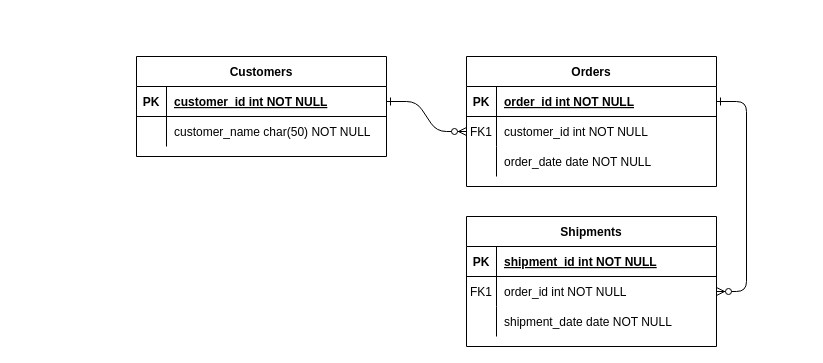
This is src/Untitled Diagram.drawio from Trsif/ims-project, a draw.io file, before an edit. Source tidied: cells renumbered, new cells numbered last; positions are measured from the earlier drawing's top-left corner, leaving out a move shared by most shapes. Both pictures are drawn from the tidied source at 100%, with x=0, y=0 at pixel (136, 56).
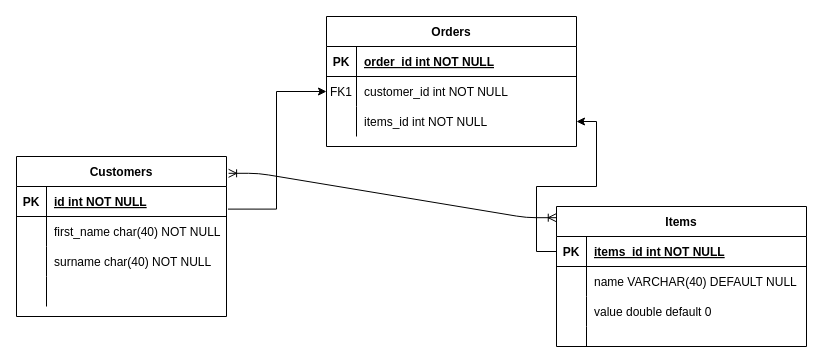
The same diagram, later.

Commit message:
Update SQL Diagram.

Unchanged cells that the change refers to:
```xml
<mxCell id="5" style="shape=partialRectangle;fillColor=none;points=[[0,0.5],[1,0.5]];portConstraint=eastwest;top=0;left=0;right=0;bottom=1;" parent="4" vertex="1">
  <mxGeometry y="30" width="250" height="30" as="geometry" />
</mxCell>
<mxCell id="8" style="shape=partialRectangle;fillColor=none;points=[[0,0.5],[1,0.5]];portConstraint=eastwest;top=0;left=0;right=0;bottom=0;" parent="4" vertex="1">
  <mxGeometry y="60" width="250" height="30" as="geometry" />
</mxCell>
<mxCell id="11" style="shape=partialRectangle;fillColor=none;points=[[0,0.5],[1,0.5]];portConstraint=eastwest;top=0;left=0;right=0;bottom=0;" parent="4" vertex="1">
  <mxGeometry y="90" width="250" height="30" as="geometry" />
</mxCell>
```

Change to the diagram source:
```diff
@@
-    <mxCell id="2" style="edgeStyle=entityRelationEdgeStyle;endArrow=ERzeroToMany;startArrow=ERone;endFill=1;startFill=0;" parent="1" edge="1" source="25" target="8">
-      <mxGeometry relative="1" as="geometry" />
-    </mxCell>
-    <mxCell id="3" style="edgeStyle=entityRelationEdgeStyle;endArrow=ERzeroToMany;startArrow=ERone;endFill=1;startFill=0;" parent="1" edge="1" source="5" target="18">
-      <mxGeometry relative="1" as="geometry" />
-    </mxCell>
     <mxCell id="4" value="Orders" style="shape=table;startSize=30;childLayout=tableLayout;rowLines=0;fontStyle=1;align=center;" parent="1" vertex="1">
-      <mxGeometry x="330" width="250" height="130" as="geometry" />
+      <mxGeometry x="190" y="-40" width="250" height="130" as="geometry" />
     </mxCell>
@@
-    <mxCell id="13" value="order_date date NOT NULL" style="shape=partialRectangle;overflow=hidden;fillColor=none;top=0;left=0;bottom=0;right=0;align=left;spacingLeft=6;" parent="11" vertex="1">
+    <mxCell id="13" value="items_id int NOT NULL" style="shape=partialRectangle;overflow=hidden;fillColor=none;top=0;left=0;bottom=0;right=0;align=left;spacingLeft=6;" parent="11" vertex="1">
       <mxGeometry x="30" width="220" height="30" as="geometry" />
     </mxCell>
-    <mxCell id="14" value="Shipments" style="shape=table;startSize=30;childLayout=tableLayout;rowLines=0;fontStyle=1;align=center;" parent="1" vertex="1">
-      <mxGeometry x="330" y="160" width="250" height="130" as="geometry" />
-    </mxCell>
-    <mxCell id="15" style="shape=partialRectangle;fillColor=none;top=0;left=0;right=0;bottom=1;" parent="14" vertex="1">
-      <mxGeometry y="30" width="250" height="30" as="geometry" />
-    </mxCell>
-    <mxCell id="16" value="PK" style="shape=partialRectangle;overflow=hidden;fillColor=none;top=0;left=0;bottom=0;right=0;fontStyle=1;" parent="15" vertex="1">
-      <mxGeometry width="30" height="30" as="geometry" />
-    </mxCell>
-    <mxCell id="17" value="shipment_id int NOT NULL " style="shape=partialRectangle;overflow=hidden;fillColor=none;top=0;left=0;bottom=0;right=0;align=left;spacingLeft=6;fontStyle=5;" parent="15" vertex="1">
-      <mxGeometry x="30" width="220" height="30" as="geometry" />
-    </mxCell>
-    <mxCell id="18" style="shape=partialRectangle;fillColor=none;points=[[0,0.5],[1,0.5]];portConstraint=eastwest;top=0;left=0;right=0;bottom=0;" parent="14" vertex="1">
-      <mxGeometry y="60" width="250" height="30" as="geometry" />
-    </mxCell>
-    <mxCell id="19" value="FK1" style="shape=partialRectangle;overflow=hidden;fillColor=none;top=0;left=0;bottom=0;right=0;" parent="18" vertex="1">
-      <mxGeometry width="30" height="30" as="geometry" />
-    </mxCell>
-    <mxCell id="20" value="order_id int NOT NULL" style="shape=partialRectangle;overflow=hidden;fillColor=none;top=0;left=0;bottom=0;right=0;align=left;spacingLeft=6;" parent="18" vertex="1">
-      <mxGeometry x="30" width="220" height="30" as="geometry" />
-    </mxCell>
-    <mxCell id="21" style="shape=partialRectangle;fillColor=none;top=0;left=0;right=0;bottom=0;" parent="14" vertex="1">
-      <mxGeometry y="90" width="250" height="30" as="geometry" />
-    </mxCell>
-    <mxCell id="22" style="shape=partialRectangle;overflow=hidden;fillColor=none;top=0;left=0;bottom=0;right=0;" parent="21" vertex="1">
-      <mxGeometry width="30" height="30" as="geometry" />
-    </mxCell>
-    <mxCell id="23" value="shipment_date date NOT NULL" style="shape=partialRectangle;overflow=hidden;fillColor=none;top=0;left=0;bottom=0;right=0;align=left;spacingLeft=6;" parent="21" vertex="1">
-      <mxGeometry x="30" width="220" height="30" as="geometry" />
-    </mxCell>
     <mxCell id="24" value="Customers" style="shape=table;startSize=30;childLayout=tableLayout;rowLines=0;fontStyle=1;align=center;" parent="1" vertex="1">
-      <mxGeometry width="250" height="100" as="geometry" />
+      <mxGeometry x="-120" y="100" width="210" height="160" as="geometry" />
     </mxCell>
-    <mxCell id="25" style="shape=partialRectangle;fillColor=none;points=[[0,0.5],[1,0.5]];portConstraint=eastwest;top=0;left=0;right=0;bottom=1;" parent="24" vertex="1">
-      <mxGeometry y="30" width="250" height="30" as="geometry" />
-    </mxCell>
-    <mxCell id="26" value="PK" style="shape=partialRectangle;overflow=hidden;fillColor=none;top=0;left=0;bottom=0;right=0;fontStyle=1;" parent="25" vertex="1">
-      <mxGeometry width="30" height="30" as="geometry" />
-    </mxCell>
-    <mxCell id="27" value="customer_id int NOT NULL " style="shape=partialRectangle;overflow=hidden;fillColor=none;top=0;left=0;bottom=0;right=0;align=left;spacingLeft=6;fontStyle=5;" parent="25" vertex="1">
-      <mxGeometry x="30" width="220" height="30" as="geometry" />
-    </mxCell>
-    <mxCell id="28" style="shape=partialRectangle;fillColor=none;top=0;left=0;right=0;bottom=0;" parent="24" vertex="1">
-      <mxGeometry y="60" width="250" height="30" as="geometry" />
-    </mxCell>
-    <mxCell id="29" style="shape=partialRectangle;overflow=hidden;fillColor=none;top=0;left=0;bottom=0;right=0;" parent="28" vertex="1">
-      <mxGeometry width="30" height="30" as="geometry" />
-    </mxCell>
-    <mxCell id="30" value="customer_name char(50) NOT NULL" style="shape=partialRectangle;overflow=hidden;fillColor=none;top=0;left=0;bottom=0;right=0;align=left;spacingLeft=6;" parent="28" vertex="1">
-      <mxGeometry x="30" width="220" height="30" as="geometry" />
-    </mxCell>
+    <mxCell id="31" style="shape=partialRectangle;fillColor=none;top=0;left=0;bottom=1;right=0;points=[[0,0.5],[1,0.5]];portConstraint=eastwest;" parent="24" vertex="1">
+      <mxGeometry y="30" width="210" height="30" as="geometry" />
+    </mxCell>
+    <mxCell id="32" value="PK" style="shape=partialRectangle;fillColor=none;top=0;left=0;bottom=0;right=0;fontStyle=1;overflow=hidden;" parent="31" vertex="1">
+      <mxGeometry width="30" height="30" as="geometry" />
+    </mxCell>
+    <mxCell id="33" value="id int NOT NULL" style="shape=partialRectangle;fillColor=none;top=0;left=0;bottom=0;right=0;align=left;spacingLeft=6;fontStyle=5;overflow=hidden;" parent="31" vertex="1">
+      <mxGeometry x="30" width="180" height="30" as="geometry" />
+    </mxCell>
+    <mxCell id="34" style="shape=partialRectangle;fillColor=none;top=0;left=0;bottom=0;right=0;" parent="24" vertex="1">
+      <mxGeometry y="60" width="210" height="30" as="geometry" />
+    </mxCell>
+    <mxCell id="35" style="shape=partialRectangle;fillColor=none;top=0;left=0;bottom=0;right=0;overflow=hidden;" parent="34" vertex="1">
+      <mxGeometry width="30" height="30" as="geometry" />
+    </mxCell>
+    <mxCell id="36" value="first_name char(40) NOT NULL" style="shape=partialRectangle;fillColor=none;top=0;left=0;bottom=0;right=0;align=left;spacingLeft=6;overflow=hidden;" parent="34" vertex="1">
+      <mxGeometry x="30" width="180" height="30" as="geometry" />
+    </mxCell>
+    <mxCell id="37" style="shape=partialRectangle;fillColor=none;top=0;left=0;bottom=0;right=0;" parent="24" vertex="1">
+      <mxGeometry y="90" width="210" height="30" as="geometry" />
+    </mxCell>
+    <mxCell id="38" style="shape=partialRectangle;fillColor=none;top=0;left=0;bottom=0;right=0;overflow=hidden;" parent="37" vertex="1">
+      <mxGeometry width="30" height="30" as="geometry" />
+    </mxCell>
+    <mxCell id="39" value="surname char(40) NOT NULL" style="shape=partialRectangle;fillColor=none;top=0;left=0;bottom=0;right=0;align=left;spacingLeft=6;overflow=hidden;" parent="37" vertex="1">
+      <mxGeometry x="30" width="180" height="30" as="geometry" />
+    </mxCell>
+    <mxCell id="40" style="shape=partialRectangle;fillColor=none;top=0;left=0;bottom=0;right=0;" parent="24" vertex="1">
+      <mxGeometry y="120" width="210" height="30" as="geometry" />
+    </mxCell>
+    <mxCell id="41" style="shape=partialRectangle;fillColor=none;top=0;left=0;bottom=0;right=0;overflow=hidden;" parent="40" vertex="1">
+      <mxGeometry width="30" height="30" as="geometry" />
+    </mxCell>
+    <mxCell id="42" style="shape=partialRectangle;fillColor=none;top=0;left=0;bottom=0;right=0;align=left;spacingLeft=6;overflow=hidden;" parent="40" vertex="1">
+      <mxGeometry x="30" width="180" height="30" as="geometry" />
+    </mxCell>
+    <mxCell id="43" value="Items" style="shape=table;startSize=30;childLayout=tableLayout;rowLines=0;fontStyle=1;align=center;" parent="1" vertex="1">
+      <mxGeometry x="420" y="150" width="250" height="140" as="geometry" />
+    </mxCell>
+    <mxCell id="44" style="shape=partialRectangle;fillColor=none;top=0;left=0;bottom=1;right=0;points=[[0,0.5],[1,0.5]];portConstraint=eastwest;" parent="43" vertex="1">
+      <mxGeometry y="30" width="250" height="30" as="geometry" />
+    </mxCell>
+    <mxCell id="45" value="PK" style="shape=partialRectangle;fillColor=none;top=0;left=0;bottom=0;right=0;fontStyle=1;overflow=hidden;" parent="44" vertex="1">
+      <mxGeometry width="30" height="30" as="geometry" />
+    </mxCell>
+    <mxCell id="46" value="items_id int NOT NULL" style="shape=partialRectangle;fillColor=none;top=0;left=0;bottom=0;right=0;align=left;spacingLeft=6;fontStyle=5;overflow=hidden;" parent="44" vertex="1">
+      <mxGeometry x="30" width="220" height="30" as="geometry" />
+    </mxCell>
+    <mxCell id="47" style="shape=partialRectangle;fillColor=none;top=0;left=0;bottom=0;right=0;" parent="43" vertex="1">
+      <mxGeometry y="60" width="250" height="30" as="geometry" />
+    </mxCell>
+    <mxCell id="48" style="shape=partialRectangle;fillColor=none;top=0;left=0;bottom=0;right=0;overflow=hidden;" parent="47" vertex="1">
+      <mxGeometry width="30" height="30" as="geometry" />
+    </mxCell>
+    <mxCell id="49" value="name VARCHAR(40) DEFAULT NULL" style="shape=partialRectangle;fillColor=none;top=0;left=0;bottom=0;right=0;align=left;spacingLeft=6;overflow=hidden;" parent="47" vertex="1">
+      <mxGeometry x="30" width="220" height="30" as="geometry" />
+    </mxCell>
+    <mxCell id="50" style="shape=partialRectangle;fillColor=none;top=0;left=0;bottom=0;right=0;" parent="43" vertex="1">
+      <mxGeometry y="90" width="250" height="30" as="geometry" />
+    </mxCell>
+    <mxCell id="51" style="shape=partialRectangle;fillColor=none;top=0;left=0;bottom=0;right=0;overflow=hidden;" parent="50" vertex="1">
+      <mxGeometry width="30" height="30" as="geometry" />
+    </mxCell>
+    <mxCell id="52" value="value double default 0" style="shape=partialRectangle;fillColor=none;top=0;left=0;bottom=0;right=0;align=left;spacingLeft=6;overflow=hidden;" parent="50" vertex="1">
+      <mxGeometry x="30" width="220" height="30" as="geometry" />
+    </mxCell>
+    <mxCell id="53" style="shape=partialRectangle;fillColor=none;top=0;left=0;bottom=0;right=0;" parent="43" vertex="1">
+      <mxGeometry y="120" width="250" height="20" as="geometry" />
+    </mxCell>
+    <mxCell id="54" style="shape=partialRectangle;fillColor=none;top=0;left=0;bottom=0;right=0;overflow=hidden;" parent="53" vertex="1">
+      <mxGeometry width="30" height="20" as="geometry" />
+    </mxCell>
+    <mxCell id="55" style="shape=partialRectangle;fillColor=none;top=0;left=0;bottom=0;right=0;align=left;spacingLeft=6;overflow=hidden;" parent="53" vertex="1">
+      <mxGeometry x="30" width="220" height="20" as="geometry" />
+    </mxCell>
+    <mxCell id="56" style="edgeStyle=entityRelationEdgeStyle;fontSize=12;html=1;endArrow=ERoneToMany;startArrow=ERoneToMany;exitX=1.01;exitY=0.105;exitDx=0;exitDy=0;exitPerimeter=0;entryX=-0.001;entryY=0.08;entryDx=0;entryDy=0;entryPerimeter=0;" parent="1" edge="1" source="24" target="43">
+      <mxGeometry relative="1" as="geometry" />
+    </mxCell>
+    <mxCell id="57" style="edgeStyle=orthogonalEdgeStyle;rounded=0;jettySize=auto;html=1;exitX=1.007;exitY=0.754;exitDx=0;exitDy=0;exitPerimeter=0;" parent="1" edge="1" source="31" target="8">
+      <mxGeometry relative="1" as="geometry" />
+    </mxCell>
+    <mxCell id="58" style="edgeStyle=orthogonalEdgeStyle;rounded=0;jettySize=auto;html=1;" parent="1" edge="1" source="44" target="11">
+      <mxGeometry relative="1" as="geometry" />
+    </mxCell>
```
